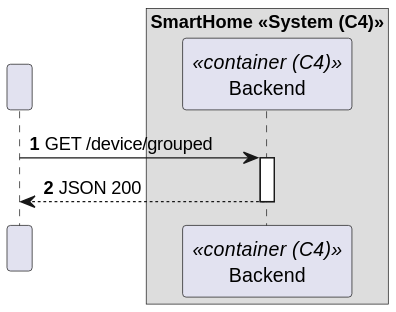
Above: docs/C4_4plus1_models/Level2/ProcessView/ProcessViewLevel2_UC09_v1.svg in moutajDev/smarthome (PlantUML), before the change.
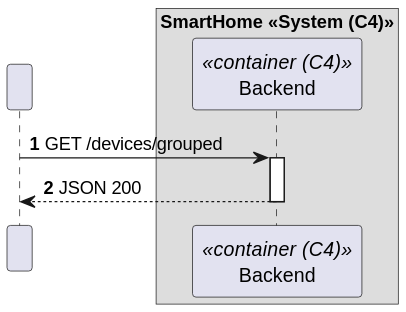
The same diagram one commit later.

Change to the diagram source:
```diff
@@ -10,7 +10,7 @@
 end box
 
 
-HTTP -> BE : GET /device/grouped
+HTTP -> BE : GET /devices/grouped
 activate BE
 
 BE --> HTTP : JSON 200
```
